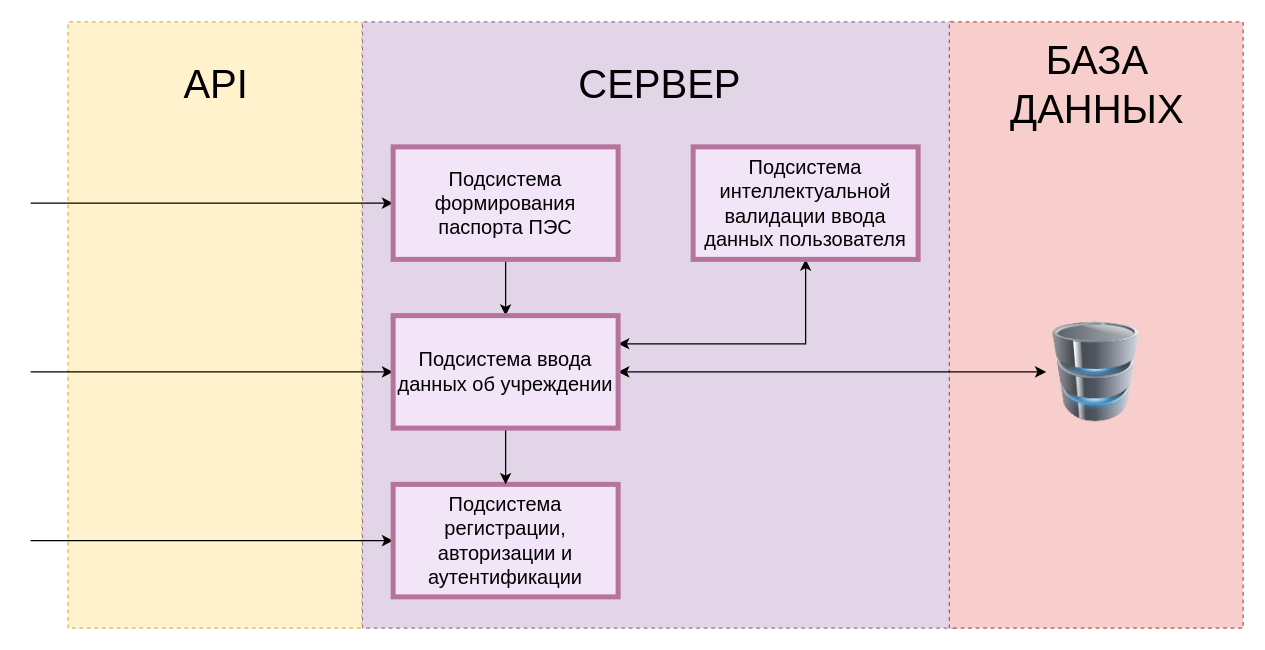
This is page "2.2" (2 of 2) of Диаграмки.drawio from Infoboros/bachelors-degree, a draw.io file, before an edit. Source tidied: cells renumbered, new cells numbered last; positions are measured from the earlier drawing's top-left corner, leaving out a move shared by most shapes. Both pictures are drawn from the tidied source at 125%, with x=0, y=0 at pixel (-89, 28).
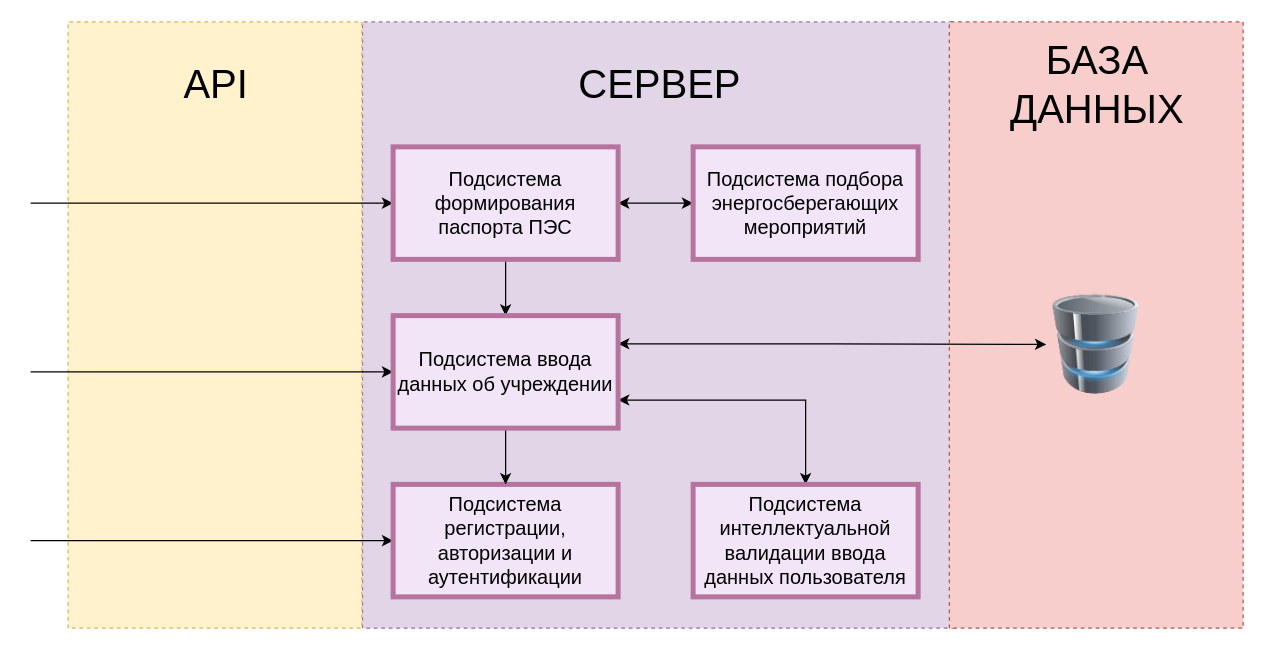
After the change.

Unchanged cells that the change refers to:
```xml
<mxCell id="13" value="Подсистема формирования паспорта ПЭС" style="rounded=0;whiteSpace=wrap;html=1;fontSize=16;strokeWidth=4;fillColor=#F1E5F7;strokeColor=#B5739D;" parent="1" vertex="1">
  <mxGeometry x="385" y="95" width="180" height="90" as="geometry" />
</mxCell>
<mxCell id="18" value="Подсистема ввода данных об учреждении" style="rounded=0;whiteSpace=wrap;html=1;fontSize=16;strokeWidth=4;fillColor=#F1E5F7;strokeColor=#B5739D;" parent="1" vertex="1">
  <mxGeometry x="385" y="230" width="180" height="90" as="geometry" />
</mxCell>
```

The edit, as a diff of the source:
```diff
@@
     <mxCell id="9" style="image;html=1;image=img/lib/clip_art/computers/Database_128x128.png;" parent="1" vertex="1">
-      <mxGeometry x="907.5" y="235" width="80" height="80" as="geometry" />
+      <mxGeometry x="907.5" y="213" width="80" height="80" as="geometry" />
     </mxCell>
@@
+    <mxCell id="20" style="edgeStyle=orthogonalEdgeStyle;rounded=0;jettySize=auto;html=1;exitX=1;exitY=0.5;exitDx=0;exitDy=0;entryX=0;entryY=0.5;entryDx=0;entryDy=0;startArrow=classic;startFill=1;" parent="1" edge="1" source="13" target="19">
+      <mxGeometry relative="1" as="geometry" />
+    </mxCell>
@@
-    <mxCell id="15" style="edgeStyle=orthogonalEdgeStyle;rounded=0;jettySize=auto;html=1;exitX=1;exitY=0.5;exitDx=0;exitDy=0;entryX=0;entryY=0.5;entryDx=0;entryDy=0;fontSize=16;startArrow=classic;startFill=1;" parent="1" edge="1" source="18" target="9">
+    <mxCell id="15" style="edgeStyle=orthogonalEdgeStyle;rounded=0;jettySize=auto;html=1;exitX=1;exitY=0.25;exitDx=0;exitDy=0;entryX=0;entryY=0.5;entryDx=0;entryDy=0;fontSize=16;startArrow=classic;startFill=1;" parent="1" edge="1" source="18" target="9">
       <mxGeometry relative="1" as="geometry" />
     </mxCell>
-    <mxCell id="16" style="edgeStyle=orthogonalEdgeStyle;rounded=0;jettySize=auto;html=1;exitX=1;exitY=0.25;exitDx=0;exitDy=0;entryX=0.5;entryY=1;entryDx=0;entryDy=0;fontSize=16;startArrow=classic;startFill=1;" parent="1" edge="1" source="18" target="19">
-      <mxGeometry relative="1" as="geometry" />
-    </mxCell>
@@
+    <mxCell id="21" style="edgeStyle=orthogonalEdgeStyle;rounded=0;jettySize=auto;html=1;exitX=1;exitY=0.75;exitDx=0;exitDy=0;entryX=0.5;entryY=0;entryDx=0;entryDy=0;startArrow=classic;startFill=1;" parent="1" edge="1" source="18" target="22">
+      <mxGeometry relative="1" as="geometry" />
+    </mxCell>
@@
-    <mxCell id="19" value="Подсистема интеллектуальной валидации ввода данных пользователя" style="rounded=0;whiteSpace=wrap;html=1;fontSize=16;strokeWidth=4;fillColor=#F1E5F7;strokeColor=#B5739D;" parent="1" vertex="1">
+    <mxCell id="19" value="Подсистема подбора энергосберегающих мероприятий" style="rounded=0;whiteSpace=wrap;html=1;fontSize=16;strokeWidth=4;fillColor=#F1E5F7;strokeColor=#B5739D;" parent="1" vertex="1">
       <mxGeometry x="625" y="95" width="180" height="90" as="geometry" />
     </mxCell>
+    <mxCell id="22" value="Подсистема интеллектуальной валидации ввода данных пользователя" style="rounded=0;whiteSpace=wrap;html=1;fontSize=16;strokeWidth=4;fillColor=#F1E5F7;strokeColor=#B5739D;" parent="1" vertex="1">
+      <mxGeometry x="625" y="365" width="180" height="90" as="geometry" />
+    </mxCell>
```
